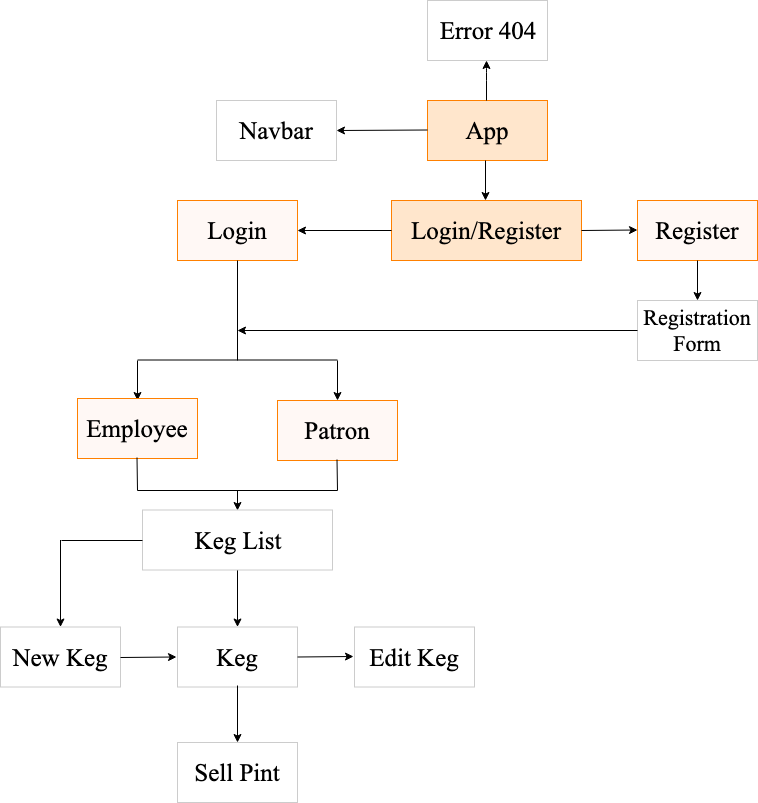
Earlier version of the draw.io export app_components_structure.png (svitlanaf/React-Taproom). Source tidied: cells renumbered, new cells last; positions are measured from the earlier drawing's top-left corner, leaving out a move shared by most shapes.
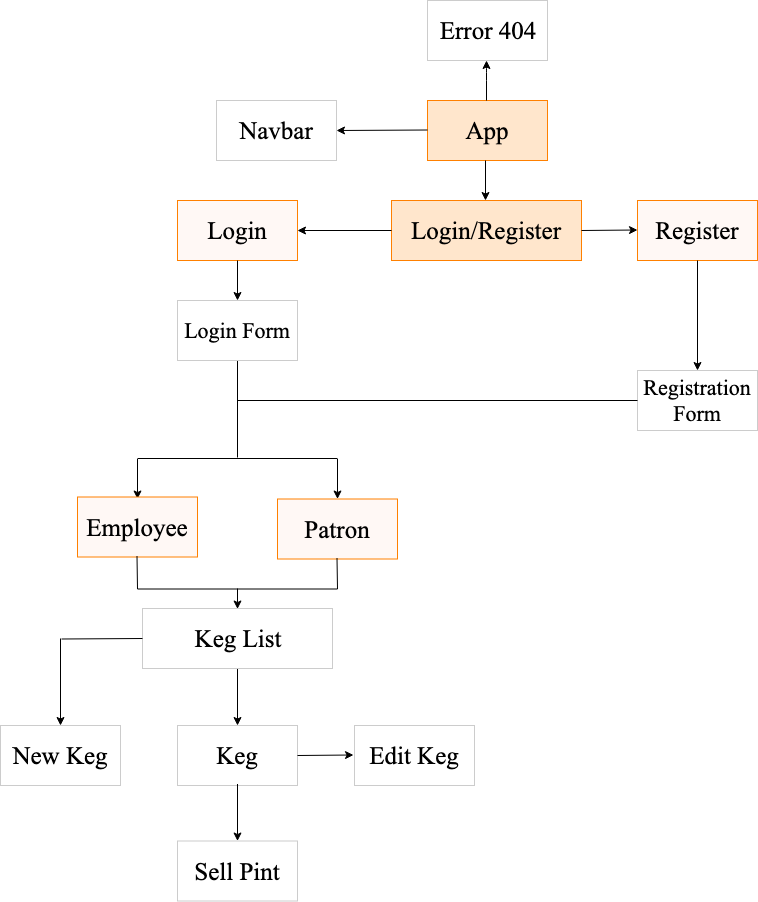
Later version of the same file.

The edit, as a diff of the source:
```diff
@@ -52,91 +52,91 @@
       <mxGeometry x="637" y="200" width="120" height="60" as="geometry" />
     </mxCell>
     <mxCell id="12" value="&lt;font face=&quot;Times New Roman&quot; style=&quot;font-size: 22px&quot;&gt;Registration Form&lt;/font&gt;" style="rounded=0;whiteSpace=wrap;html=1;strokeColor=#CCCCCC;fillColor=#FFFFFF;" parent="1" vertex="1">
-      <mxGeometry x="637" y="300" width="120" height="60" as="geometry" />
+      <mxGeometry x="637" y="370" width="120" height="60" as="geometry" />
     </mxCell>
-    <mxCell id="13" style="endArrow=classic;html=1;" parent="1" edge="1">
+    <mxCell id="13" style="endArrow=classic;html=1;entryX=0.5;entryY=0;entryDx=0;entryDy=0;" parent="1" edge="1" target="12">
       <mxGeometry relative="1" as="geometry">
         <mxPoint x="697" y="260" as="sourcePoint" />
-        <mxPoint x="697" y="300" as="targetPoint" />
         <Array as="points">
           <mxPoint x="697" y="260" />
         </Array>
       </mxGeometry>
     </mxCell>
-    <mxCell id="14" style="endArrow=none;html=1;entryX=0.5;entryY=1;entryDx=0;entryDy=0;" parent="1" edge="1" target="10">
+    <mxCell id="14" style="endArrow=none;html=1;" parent="1" edge="1">
       <mxGeometry relative="1" as="geometry">
-        <mxPoint x="237" y="360" as="sourcePoint" />
+        <mxPoint x="237" y="457" as="sourcePoint" />
+        <mxPoint x="237" y="347" as="targetPoint" />
       </mxGeometry>
     </mxCell>
     <mxCell id="15" style="endArrow=none;html=1;" parent="1" edge="1">
       <mxGeometry relative="1" as="geometry">
-        <mxPoint x="137" y="359.5" as="sourcePoint" />
-        <mxPoint x="337" y="359.5" as="targetPoint" />
+        <mxPoint x="137" y="458" as="sourcePoint" />
+        <mxPoint x="337" y="458" as="targetPoint" />
       </mxGeometry>
     </mxCell>
     <mxCell id="16" style="endArrow=classic;html=1;" parent="1" edge="1">
       <mxGeometry relative="1" as="geometry">
-        <mxPoint x="137" y="360" as="sourcePoint" />
-        <mxPoint x="137" y="400" as="targetPoint" />
+        <mxPoint x="137" y="458.5" as="sourcePoint" />
+        <mxPoint x="137" y="498.5" as="targetPoint" />
         <Array as="points">
-          <mxPoint x="137" y="360" />
+          <mxPoint x="137" y="458.5" />
         </Array>
       </mxGeometry>
     </mxCell>
     <mxCell id="17" style="endArrow=classic;html=1;" parent="1" edge="1">
       <mxGeometry relative="1" as="geometry">
-        <mxPoint x="337" y="360" as="sourcePoint" />
-        <mxPoint x="337" y="400" as="targetPoint" />
+        <mxPoint x="337" y="458.5" as="sourcePoint" />
+        <mxPoint x="337" y="498.5" as="targetPoint" />
         <Array as="points">
-          <mxPoint x="337" y="360" />
+          <mxPoint x="337" y="458.5" />
         </Array>
       </mxGeometry>
     </mxCell>
     <mxCell id="18" value="&lt;font face=&quot;Times New Roman&quot; style=&quot;font-size: 25px&quot;&gt;Employee&lt;/font&gt;" style="rounded=0;whiteSpace=wrap;html=1;fillColor=#FFF8F5;strokeColor=#FF8000;" parent="1" vertex="1">
-      <mxGeometry x="77" y="398" width="120" height="60" as="geometry" />
+      <mxGeometry x="77" y="496.5" width="120" height="60" as="geometry" />
     </mxCell>
     <mxCell id="19" value="&lt;font face=&quot;Times New Roman&quot; style=&quot;font-size: 25px&quot;&gt;Patron&lt;/font&gt;" style="rounded=0;whiteSpace=wrap;html=1;fillColor=#FFF8F5;strokeColor=#FF8000;" parent="1" vertex="1">
-      <mxGeometry x="277" y="400" width="120" height="60" as="geometry" />
+      <mxGeometry x="277" y="498.5" width="120" height="60" as="geometry" />
     </mxCell>
-    <mxCell id="20" style="endArrow=classic;html=1;exitX=0;exitY=0.5;exitDx=0;exitDy=0;" parent="1" edge="1" source="12">
+    <mxCell id="20" style="endArrow=none;html=1;exitX=0;exitY=0.5;exitDx=0;exitDy=0;endFill=0;" parent="1" edge="1" source="12">
       <mxGeometry relative="1" as="geometry">
-        <mxPoint x="237" y="330" as="targetPoint" />
+        <mxPoint x="237" y="400" as="targetPoint" />
       </mxGeometry>
     </mxCell>
     <mxCell id="21" style="endArrow=none;html=1;" parent="1" edge="1">
       <mxGeometry relative="1" as="geometry">
-        <mxPoint x="137" y="490" as="sourcePoint" />
-        <mxPoint x="337" y="490" as="targetPoint" />
+        <mxPoint x="137" y="588.5" as="sourcePoint" />
+        <mxPoint x="337" y="588.5" as="targetPoint" />
       </mxGeometry>
     </mxCell>
     <mxCell id="22" style="endArrow=none;html=1;" parent="1" edge="1">
       <mxGeometry relative="1" as="geometry">
-        <mxPoint x="137" y="490" as="sourcePoint" />
-        <mxPoint x="136.5" y="457" as="targetPoint" />
+        <mxPoint x="137" y="588.5" as="sourcePoint" />
+        <mxPoint x="136.5" y="555.5" as="targetPoint" />
       </mxGeometry>
     </mxCell>
     <mxCell id="23" style="endArrow=none;html=1;" parent="1" edge="1">
       <mxGeometry relative="1" as="geometry">
-        <mxPoint x="337" y="490" as="sourcePoint" />
-        <mxPoint x="336.5" y="459" as="targetPoint" />
+        <mxPoint x="337" y="588.5" as="sourcePoint" />
+        <mxPoint x="336.5" y="557.5" as="targetPoint" />
       </mxGeometry>
     </mxCell>
     <mxCell id="24" style="endArrow=classic;html=1;" parent="1" edge="1">
       <mxGeometry relative="1" as="geometry">
-        <mxPoint x="237" y="489.5" as="sourcePoint" />
-        <mxPoint x="237" y="510" as="targetPoint" />
+        <mxPoint x="237" y="588" as="sourcePoint" />
+        <mxPoint x="237" y="608.5" as="targetPoint" />
         <Array as="points">
-          <mxPoint x="237" y="489.5" />
+          <mxPoint x="237" y="588" />
         </Array>
       </mxGeometry>
     </mxCell>
     <mxCell id="25" style="edgeStyle=orthogonalEdgeStyle;rounded=0;jettySize=auto;html=1;" parent="1" edge="1" target="28">
       <mxGeometry relative="1" as="geometry">
-        <mxPoint x="237" y="569.5" as="sourcePoint" />
+        <mxPoint x="237" y="668" as="sourcePoint" />
       </mxGeometry>
     </mxCell>
     <mxCell id="26" value="&lt;font face=&quot;Times New Roman&quot;&gt;&lt;span style=&quot;font-size: 25px&quot;&gt;Keg List&lt;/span&gt;&lt;/font&gt;&lt;br&gt;" style="rounded=0;whiteSpace=wrap;html=1;strokeColor=#CCCCCC;" parent="1" vertex="1">
-      <mxGeometry x="142" y="509.5" width="190" height="60" as="geometry" />
+      <mxGeometry x="142" y="608" width="190" height="60" as="geometry" />
     </mxCell>
     <mxCell id="27" style="endArrow=classic;html=1;exitX=1;exitY=0.5;exitDx=0;exitDy=0;" parent="1" edge="1" source="7">
       <mxGeometry relative="1" as="geometry">
@@ -144,43 +144,49 @@
       </mxGeometry>
     </mxCell>
     <mxCell id="28" value="&lt;font face=&quot;Times New Roman&quot; style=&quot;font-size: 25px&quot;&gt;Keg&lt;/font&gt;" style="rounded=0;whiteSpace=wrap;html=1;fillColor=#FFFFFF;strokeColor=#CCCCCC;" parent="1" vertex="1">
-      <mxGeometry x="177" y="626.5" width="120" height="60" as="geometry" />
+      <mxGeometry x="177" y="725" width="120" height="60" as="geometry" />
     </mxCell>
     <mxCell id="29" value="&lt;font face=&quot;Times New Roman&quot; style=&quot;font-size: 25px&quot;&gt;Edit Keg&lt;/font&gt;" style="rounded=0;whiteSpace=wrap;html=1;fillColor=#FFFFFF;strokeColor=#CCCCCC;" parent="1" vertex="1">
-      <mxGeometry x="354" y="626.5" width="120" height="60" as="geometry" />
+      <mxGeometry x="354" y="725" width="120" height="60" as="geometry" />
     </mxCell>
     <mxCell id="30" style="endArrow=none;html=1;entryX=0;entryY=0.5;entryDx=0;entryDy=0;" parent="1" edge="1" target="26">
       <mxGeometry relative="1" as="geometry">
-        <mxPoint x="61" y="540" as="sourcePoint" />
+        <mxPoint x="61" y="638.5" as="sourcePoint" />
       </mxGeometry>
     </mxCell>
     <mxCell id="31" style="edgeStyle=orthogonalEdgeStyle;rounded=0;jettySize=auto;html=1;" parent="1" edge="1" target="32">
       <mxGeometry relative="1" as="geometry">
-        <mxPoint x="237" y="685" as="sourcePoint" />
+        <mxPoint x="237" y="783.5" as="sourcePoint" />
       </mxGeometry>
     </mxCell>
     <mxCell id="32" value="&lt;font face=&quot;Times New Roman&quot; style=&quot;font-size: 25px&quot;&gt;Sell Pint&lt;/font&gt;" style="rounded=0;whiteSpace=wrap;html=1;fillColor=#FFFFFF;strokeColor=#CCCCCC;" parent="1" vertex="1">
-      <mxGeometry x="177" y="742" width="120" height="60" as="geometry" />
+      <mxGeometry x="177" y="840.5" width="120" height="60" as="geometry" />
     </mxCell>
     <mxCell id="33" style="endArrow=classic;html=1;exitX=1;exitY=0.5;exitDx=0;exitDy=0;" parent="1" edge="1">
       <mxGeometry relative="1" as="geometry">
-        <mxPoint x="297" y="656.5" as="sourcePoint" />
-        <mxPoint x="353" y="656" as="targetPoint" />
+        <mxPoint x="297" y="755" as="sourcePoint" />
+        <mxPoint x="353" y="754.5" as="targetPoint" />
       </mxGeometry>
     </mxCell>
     <mxCell id="34" style="edgeStyle=orthogonalEdgeStyle;rounded=0;jettySize=auto;html=1;" parent="1" edge="1" target="35">
       <mxGeometry relative="1" as="geometry">
-        <mxPoint x="60" y="539.5" as="sourcePoint" />
+        <mxPoint x="60" y="638" as="sourcePoint" />
       </mxGeometry>
     </mxCell>
     <mxCell id="35" value="&lt;font face=&quot;Times New Roman&quot; style=&quot;font-size: 25px&quot;&gt;New Keg&lt;/font&gt;" style="rounded=0;whiteSpace=wrap;html=1;fillColor=#FFFFFF;strokeColor=#CCCCCC;" parent="1" vertex="1">
-      <mxGeometry y="626.5" width="120" height="60" as="geometry" />
+      <mxGeometry y="725" width="120" height="60" as="geometry" />
     </mxCell>
-    <mxCell id="36" style="endArrow=classic;html=1;exitX=1;exitY=0.5;exitDx=0;exitDy=0;" parent="1" edge="1">
-      <mxGeometry relative="1" as="geometry">
-        <mxPoint x="120" y="657" as="sourcePoint" />
-        <mxPoint x="176" y="656.5" as="targetPoint" />
-      </mxGeometry>
-    </mxCell>
+    <mxCell id="37" style="endArrow=classic;html=1;" parent="1" edge="1">
+      <mxGeometry relative="1" as="geometry">
+        <mxPoint x="237" y="260" as="sourcePoint" />
+        <mxPoint x="237" y="300" as="targetPoint" />
+        <Array as="points">
+          <mxPoint x="237" y="260" />
+        </Array>
+      </mxGeometry>
+    </mxCell>
+    <mxCell id="38" value="&lt;font face=&quot;Times New Roman&quot; style=&quot;font-size: 22px&quot;&gt;Login Form&lt;/font&gt;" style="rounded=0;whiteSpace=wrap;html=1;strokeColor=#CCCCCC;fillColor=#FFFFFF;" parent="1" vertex="1">
+      <mxGeometry x="177" y="300" width="120" height="60" as="geometry" />
+    </mxCell>
   </root>
 </mxGraphModel>
```
